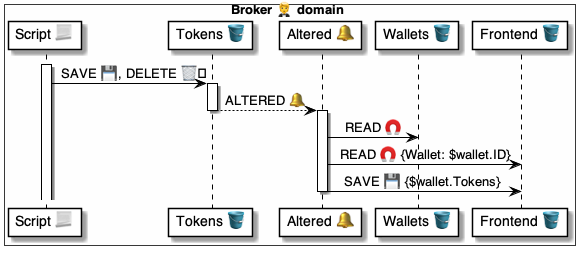
This is 4 ⚙️ Solution/20 🧑‍🦰 UI/Brokers 🤵/🤵🪣 Broker tables/Tokens 🎫 table/🪣🔔 on Altered/🤵 OnTokenAltered ⚙️ uml.png from pollyweb-org/pollyweb-docs, a PlantUML export, as it was before one commit. Its source is kept beside it as 4 ⚙️ Solution/20 🧑‍🦰 UI/Brokers 🤵/🤵🪣 Broker tables/Tokens 🎫 table/🪣🔔 on Altered/🤵 OnTokenAltered ⚙️ uml.puml.
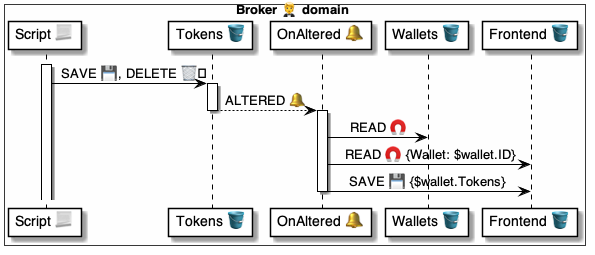
The same diagram one commit later.

Change to the diagram source:
```diff
@@ -4,7 +4,7 @@
 box Broker 🤵 domain #FFFFFA
     participant "Script 📃" as script
     participant "Tokens 🪣" as tokens
-    participant "Altered 🔔" as handler
+    participant "OnAltered 🔔" as handler
     participant "Wallets 🪣" as wallets
     participant "Frontend 🪣" as frontend
 end box
```
